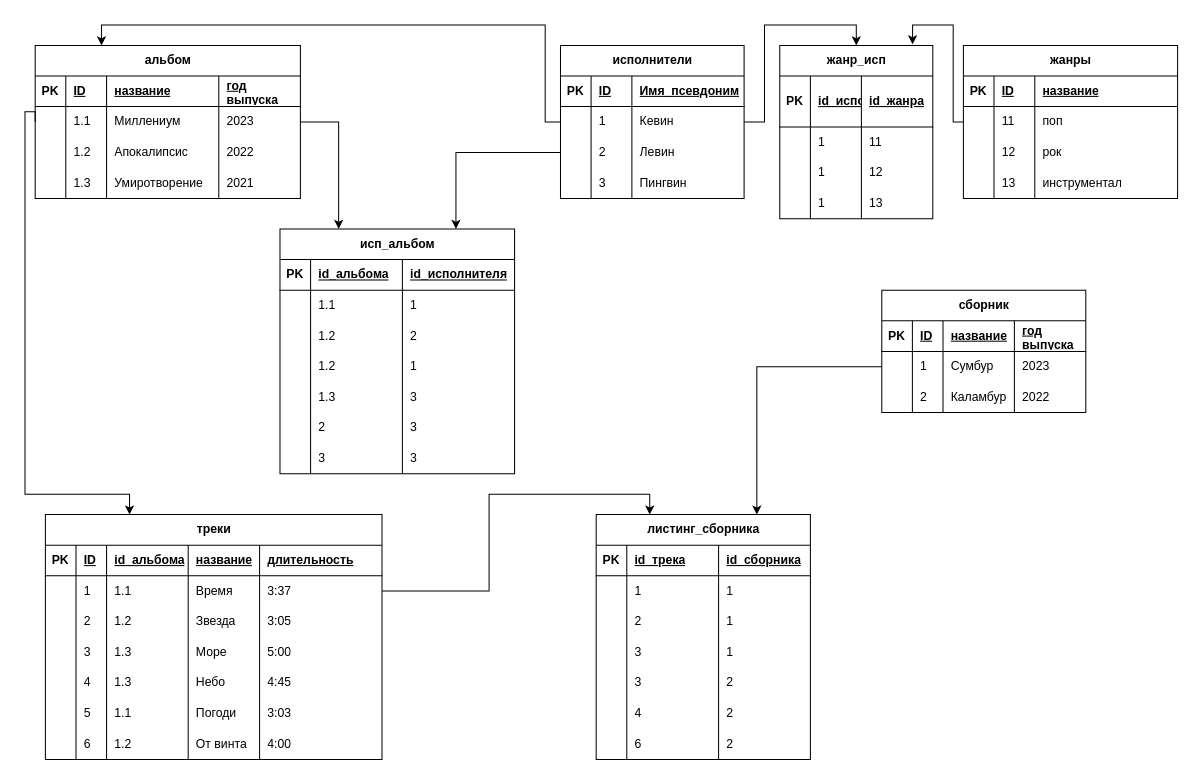
The draw.io diagram ДЗ2_схема_2_для музыкального сайта.drawio in rom4exe/shema1, before the edit. Source tidied: cells renumbered, new cells numbered last; positions are measured from the earlier drawing's top-left corner, leaving out a move shared by most shapes. Both pictures are drawn from the tidied source at 102%, with x=0, y=0 at pixel (24, 24).
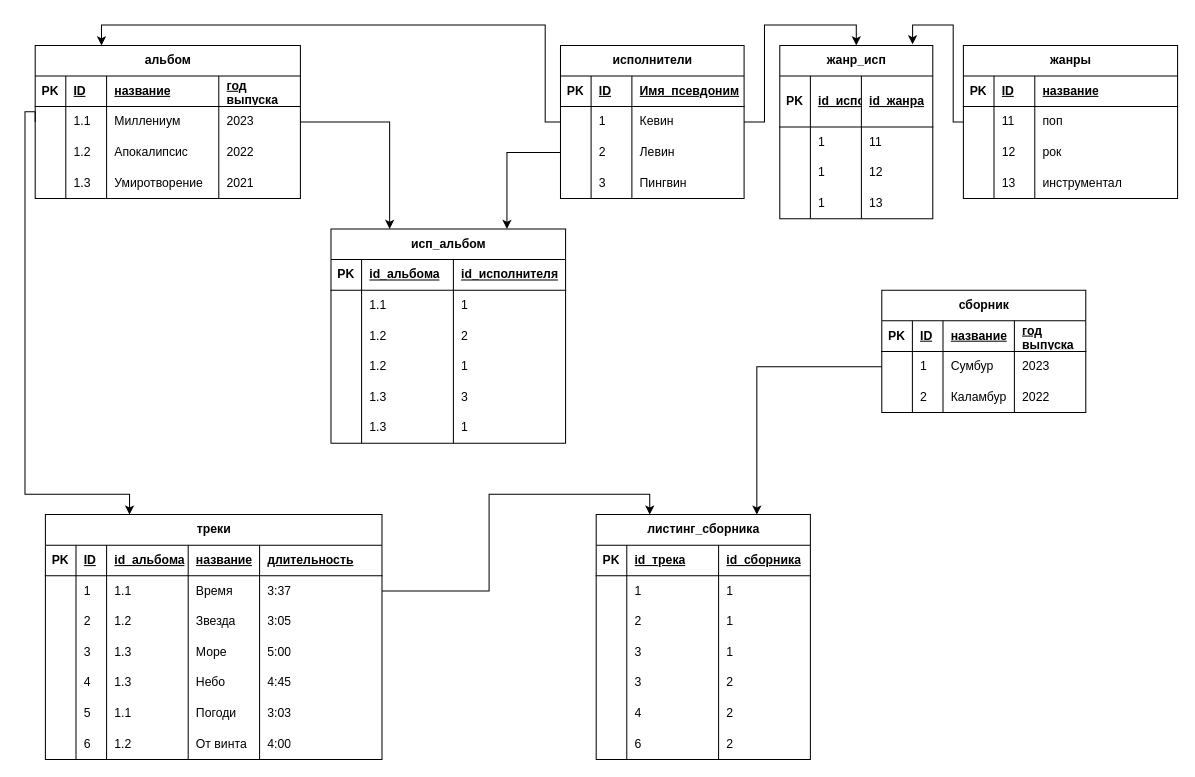
Above is the later version.

The edit, as a diff of the source:
```diff
@@
     <mxCell id="166" value="исп_альбом" style="shape=table;startSize=30;childLayout=tableLayout;rowLines=0;fontStyle=1;align=center;html=1;" parent="1" vertex="1">
-      <mxGeometry x="250" y="200" width="230" height="240" as="geometry" />
+      <mxGeometry x="300" y="200" width="230" height="210" as="geometry" />
     </mxCell>
@@
-    <mxCell id="187" style="shape=tableRow;horizontal=0;startSize=0;swimlaneHead=0;swimlaneBody=0;fillColor=none;top=0;left=0;right=0;bottom=0;" parent="166" vertex="1">
-      <mxGeometry y="180" width="230" height="30" as="geometry" />
-    </mxCell>
-    <mxCell id="188" style="shape=partialRectangle;fillColor=none;top=0;left=0;bottom=0;right=0;overflow=hidden;whiteSpace=wrap;html=1;" parent="187" vertex="1">
-      <mxGeometry width="30" height="30" as="geometry" />
-    </mxCell>
-    <mxCell id="189" value="2" style="shape=partialRectangle;fillColor=none;top=0;left=0;bottom=0;right=0;align=left;spacingLeft=6;overflow=hidden;whiteSpace=wrap;html=1;" parent="187" vertex="1">
-      <mxGeometry x="30" width="90" height="30" as="geometry" />
-    </mxCell>
-    <mxCell id="190" value="3" style="shape=partialRectangle;fillColor=none;top=0;left=0;bottom=0;right=0;align=left;spacingLeft=6;overflow=hidden;whiteSpace=wrap;html=1;" parent="187" vertex="1">
-      <mxGeometry x="120" width="110" height="30" as="geometry" />
-    </mxCell>
     <mxCell id="191" style="shape=tableRow;horizontal=0;startSize=0;swimlaneHead=0;swimlaneBody=0;fillColor=none;top=0;left=0;right=0;bottom=0;" parent="166" vertex="1">
-      <mxGeometry y="210" width="230" height="30" as="geometry" />
+      <mxGeometry y="180" width="230" height="30" as="geometry" />
     </mxCell>
@@
-    <mxCell id="193" value="3" style="shape=partialRectangle;fillColor=none;top=0;left=0;bottom=0;right=0;align=left;spacingLeft=6;overflow=hidden;whiteSpace=wrap;html=1;" parent="191" vertex="1">
+    <mxCell id="193" value="1.3" style="shape=partialRectangle;fillColor=none;top=0;left=0;bottom=0;right=0;align=left;spacingLeft=6;overflow=hidden;whiteSpace=wrap;html=1;" parent="191" vertex="1">
       <mxGeometry x="30" width="90" height="30" as="geometry" />
     </mxCell>
-    <mxCell id="194" value="3" style="shape=partialRectangle;fillColor=none;top=0;left=0;bottom=0;right=0;align=left;spacingLeft=6;overflow=hidden;whiteSpace=wrap;html=1;" parent="191" vertex="1">
+    <mxCell id="194" value="1" style="shape=partialRectangle;fillColor=none;top=0;left=0;bottom=0;right=0;align=left;spacingLeft=6;overflow=hidden;whiteSpace=wrap;html=1;" parent="191" vertex="1">
       <mxGeometry x="120" width="110" height="30" as="geometry" />
     </mxCell>
```
